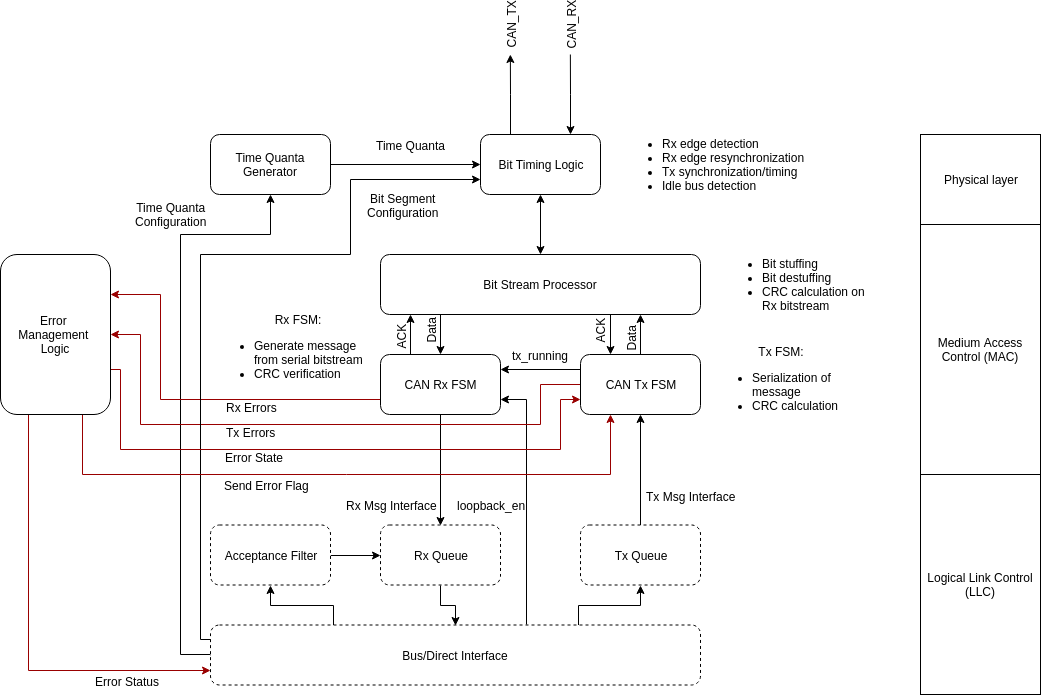
svnesbo/canola keeps this draw.io diagram as doc/canola_block_diagram.png. Above is the earlier version. Source tidied: cells renumbered, new cells last; positions are measured from the earlier drawing's top-left corner, leaving out a move shared by most shapes.
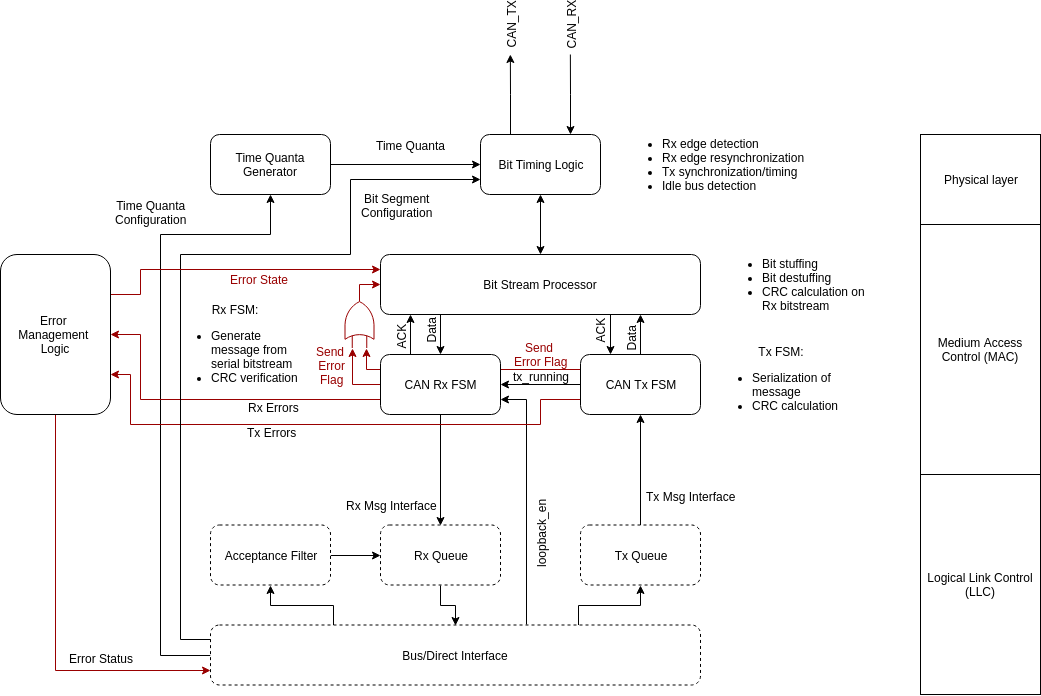
After the commit.

Commit message:
Updated block diagram to reflect planned implementation of error handling

Diff of the diagram source:
```diff
@@ -2,6 +2,18 @@
   <root>
     <mxCell id="0" />
     <mxCell id="1" parent="0" />
+    <mxCell id="60" style="edgeStyle=orthogonalEdgeStyle;rounded=0;jettySize=auto;html=1;exitX=0;exitY=0.25;exitDx=0;exitDy=0;entryX=0;entryY=0.75;entryDx=0;entryDy=0;entryPerimeter=0;strokeColor=#990000;" parent="1" edge="1" source="34" target="65">
+      <mxGeometry relative="1" as="geometry">
+        <Array as="points">
+          <mxPoint x="366" y="315" />
+        </Array>
+      </mxGeometry>
+    </mxCell>
+    <mxCell id="61" value="Send &lt;br&gt;Error Flag" style="text;html=1;align=center;verticalAlign=middle;labelBackgroundColor=none;fontColor=#990000;" parent="60" vertex="1">
+      <mxGeometry x="0.86" y="-194" relative="1" as="geometry">
+        <mxPoint x="-20" y="-11" as="offset" />
+      </mxGeometry>
+    </mxCell>
     <mxCell id="2" style="edgeStyle=orthogonalEdgeStyle;rounded=0;jettySize=auto;html=1;exitX=0.25;exitY=0;exitDx=0;exitDy=0;" parent="1" edge="1" source="7">
       <mxGeometry relative="1" as="geometry">
         <mxPoint x="509.9" as="targetPoint" />
@@ -40,8 +52,8 @@
       <mxGeometry relative="1" as="geometry">
         <Array as="points">
           <mxPoint x="270" y="180" />
-          <mxPoint x="180" y="180" />
-          <mxPoint x="180" y="600" />
+          <mxPoint x="160" y="180" />
+          <mxPoint x="160" y="601" />
         </Array>
       </mxGeometry>
     </mxCell>
@@ -77,9 +89,9 @@
     <mxCell id="18" style="edgeStyle=orthogonalEdgeStyle;rounded=0;jettySize=auto;html=1;exitX=1;exitY=0.75;exitDx=0;exitDy=0;startArrow=classic;startFill=1;endArrow=none;endFill=0;entryX=0.645;entryY=-0.015;entryDx=0;entryDy=0;entryPerimeter=0;" parent="1" edge="1" source="24" target="46">
       <mxGeometry relative="1" as="geometry" />
     </mxCell>
-    <mxCell id="19" value="loopback_en" style="text;html=1;align=center;verticalAlign=middle;labelBackgroundColor=#ffffff;" parent="18" vertex="1">
+    <mxCell id="19" value="loopback_en" style="text;html=1;align=center;verticalAlign=middle;labelBackgroundColor=#ffffff;rotation=-90;" parent="18" vertex="1">
       <mxGeometry x="0.69" y="1" relative="1" as="geometry">
-        <mxPoint x="-37" y="-81" as="offset" />
+        <mxPoint x="13" y="-51.5" as="offset" />
       </mxGeometry>
     </mxCell>
     <mxCell id="20" style="edgeStyle=orthogonalEdgeStyle;rounded=0;jettySize=auto;html=1;exitX=0.25;exitY=0;exitDx=0;exitDy=0;" parent="1" edge="1" source="24">
@@ -92,11 +104,11 @@
         <mxPoint x="-10" y="-1" as="offset" />
       </mxGeometry>
     </mxCell>
-    <mxCell id="22" style="edgeStyle=orthogonalEdgeStyle;rounded=0;jettySize=auto;html=1;exitX=0;exitY=0.75;exitDx=0;exitDy=0;entryX=1;entryY=0.25;entryDx=0;entryDy=0;startArrow=none;startFill=0;endArrow=classic;endFill=1;strokeColor=#990000;" parent="1" edge="1" source="24" target="58">
+    <mxCell id="22" style="edgeStyle=orthogonalEdgeStyle;rounded=0;jettySize=auto;html=1;exitX=0;exitY=0.75;exitDx=0;exitDy=0;entryX=1;entryY=0.5;entryDx=0;entryDy=0;startArrow=none;startFill=0;endArrow=classic;endFill=1;strokeColor=#990000;" parent="1" edge="1" source="24" target="58">
       <mxGeometry relative="1" as="geometry">
         <Array as="points">
-          <mxPoint x="160" y="345" />
-          <mxPoint x="160" y="240" />
+          <mxPoint x="140" y="345" />
+          <mxPoint x="140" y="280" />
         </Array>
       </mxGeometry>
     </mxCell>
@@ -105,6 +117,14 @@
         <mxPoint x="83.5" y="9" as="offset" />
       </mxGeometry>
     </mxCell>
+    <mxCell id="62" style="edgeStyle=orthogonalEdgeStyle;rounded=0;jettySize=auto;html=1;exitX=0;exitY=0.5;exitDx=0;exitDy=0;entryX=0;entryY=0.25;entryDx=0;entryDy=0;entryPerimeter=0;strokeColor=#990000;" parent="1" edge="1" source="24" target="65">
+      <mxGeometry relative="1" as="geometry" />
+    </mxCell>
+    <mxCell id="63" value="Send &lt;br&gt;Error&lt;br&gt;Flag" style="text;html=1;align=center;verticalAlign=middle;labelBackgroundColor=#ffffff;fontColor=#990000;" parent="62" vertex="1">
+      <mxGeometry x="0.26" y="-10" relative="1" as="geometry">
+        <mxPoint x="-31.5" y="-7.5" as="offset" />
+      </mxGeometry>
+    </mxCell>
     <mxCell id="24" value="CAN Rx FSM&lt;br&gt;" style="rounded=1;whiteSpace=wrap;html=1;" parent="1" vertex="1">
       <mxGeometry x="380" y="300" width="120" height="60" as="geometry" />
     </mxCell>
@@ -121,12 +141,12 @@
         <mxPoint x="-10" y="11.5" as="offset" />
       </mxGeometry>
     </mxCell>
-    <mxCell id="28" style="edgeStyle=orthogonalEdgeStyle;rounded=0;jettySize=auto;html=1;exitX=0;exitY=0.25;exitDx=0;exitDy=0;entryX=1;entryY=0.25;entryDx=0;entryDy=0;startArrow=none;startFill=0;endArrow=classic;endFill=1;" parent="1" edge="1" source="34" target="24">
+    <mxCell id="28" style="edgeStyle=orthogonalEdgeStyle;rounded=0;jettySize=auto;html=1;exitX=0;exitY=0.5;exitDx=0;exitDy=0;entryX=1;entryY=0.5;entryDx=0;entryDy=0;startArrow=none;startFill=0;endArrow=classic;endFill=1;" parent="1" edge="1" source="34" target="24">
       <mxGeometry relative="1" as="geometry" />
     </mxCell>
-    <mxCell id="29" value="tx_running" style="text;html=1;align=center;verticalAlign=middle;labelBackgroundColor=#ffffff;" parent="28" vertex="1">
+    <mxCell id="29" value="tx_running" style="text;html=1;align=center;verticalAlign=middle;labelBackgroundColor=none;" parent="28" vertex="1">
       <mxGeometry x="0.44" relative="1" as="geometry">
-        <mxPoint x="17.5" y="-15" as="offset" />
+        <mxPoint x="18.5" y="-9" as="offset" />
       </mxGeometry>
     </mxCell>
     <mxCell id="30" style="edgeStyle=orthogonalEdgeStyle;rounded=0;jettySize=auto;html=1;exitX=0.25;exitY=0;exitDx=0;exitDy=0;startArrow=classic;startFill=1;endArrow=none;endFill=0;entryX=0.719;entryY=1;entryDx=0;entryDy=0;entryPerimeter=0;" parent="1" edge="1" source="34" target="13">
@@ -137,13 +157,13 @@
         <mxPoint x="-11" y="6.5" as="offset" />
       </mxGeometry>
     </mxCell>
-    <mxCell id="32" style="edgeStyle=orthogonalEdgeStyle;rounded=0;jettySize=auto;html=1;exitX=0;exitY=0.5;exitDx=0;exitDy=0;entryX=1;entryY=0.5;entryDx=0;entryDy=0;startArrow=none;startFill=0;endArrow=classic;endFill=1;strokeColor=#990000;" parent="1" edge="1" source="34" target="58">
+    <mxCell id="32" style="edgeStyle=orthogonalEdgeStyle;rounded=0;jettySize=auto;html=1;exitX=0;exitY=0.75;exitDx=0;exitDy=0;entryX=1;entryY=0.75;entryDx=0;entryDy=0;startArrow=none;startFill=0;endArrow=classic;endFill=1;strokeColor=#990000;" parent="1" edge="1" source="34" target="58">
       <mxGeometry relative="1" as="geometry">
         <Array as="points">
-          <mxPoint x="540" y="330" />
+          <mxPoint x="540" y="345" />
           <mxPoint x="540" y="370" />
-          <mxPoint x="140" y="370" />
-          <mxPoint x="140" y="280" />
+          <mxPoint x="130" y="370" />
+          <mxPoint x="130" y="320" />
         </Array>
       </mxGeometry>
     </mxCell>
@@ -187,8 +207,8 @@
     <mxCell id="44" style="edgeStyle=orthogonalEdgeStyle;rounded=0;jettySize=auto;html=1;exitX=0;exitY=0.25;exitDx=0;exitDy=0;entryX=0;entryY=0.75;entryDx=0;entryDy=0;startArrow=none;startFill=0;endArrow=classic;endFill=1;" parent="1" edge="1" source="46" target="7">
       <mxGeometry relative="1" as="geometry">
         <Array as="points">
-          <mxPoint x="200" y="585" />
-          <mxPoint x="200" y="200" />
+          <mxPoint x="180" y="585" />
+          <mxPoint x="180" y="200" />
           <mxPoint x="350" y="200" />
           <mxPoint x="350" y="125" />
         </Array>
@@ -217,48 +237,42 @@
     <mxCell id="51" value="Medium Access Control (MAC)&lt;br&gt;" style="rounded=0;whiteSpace=wrap;html=1;align=center;" parent="1" vertex="1">
       <mxGeometry x="920" y="170" width="120" height="250" as="geometry" />
     </mxCell>
-    <mxCell id="52" style="edgeStyle=orthogonalEdgeStyle;rounded=0;jettySize=auto;html=1;exitX=0.25;exitY=1;exitDx=0;exitDy=0;entryX=0;entryY=0.75;entryDx=0;entryDy=0;startArrow=none;startFill=0;endArrow=classic;endFill=1;strokeColor=#990000;" parent="1" edge="1" source="58" target="46">
+    <mxCell id="52" style="edgeStyle=orthogonalEdgeStyle;rounded=0;jettySize=auto;html=1;exitX=0.5;exitY=1;exitDx=0;exitDy=0;entryX=0;entryY=0.75;entryDx=0;entryDy=0;startArrow=none;startFill=0;endArrow=classic;endFill=1;strokeColor=#990000;" parent="1" edge="1" source="58" target="46">
       <mxGeometry relative="1" as="geometry" />
     </mxCell>
     <mxCell id="53" value="Error Status" style="text;html=1;align=center;verticalAlign=middle;labelBackgroundColor=#ffffff;" parent="52" vertex="1">
       <mxGeometry x="0.09" y="43" relative="1" as="geometry">
-        <mxPoint x="55" y="28" as="offset" />
+        <mxPoint x="2" y="20.5" as="offset" />
       </mxGeometry>
     </mxCell>
-    <mxCell id="54" style="edgeStyle=orthogonalEdgeStyle;rounded=0;jettySize=auto;html=1;exitX=1;exitY=0.75;exitDx=0;exitDy=0;entryX=0;entryY=0.75;entryDx=0;entryDy=0;startArrow=none;startFill=0;endArrow=classic;endFill=1;strokeColor=#990000;" parent="1" edge="1" target="34">
+    <mxCell id="54" style="edgeStyle=orthogonalEdgeStyle;rounded=0;jettySize=auto;html=1;entryX=0;entryY=0.25;entryDx=0;entryDy=0;startArrow=none;startFill=0;endArrow=classic;endFill=1;strokeColor=#990000;exitX=1;exitY=0.25;exitDx=0;exitDy=0;" parent="1" edge="1" source="58" target="13">
       <mxGeometry relative="1" as="geometry">
-        <mxPoint x="110.2" y="315.2" as="sourcePoint" />
         <Array as="points">
-          <mxPoint x="120" y="315" />
-          <mxPoint x="120" y="395" />
-          <mxPoint x="560" y="395" />
-          <mxPoint x="560" y="345" />
+          <mxPoint x="140" y="240" />
+          <mxPoint x="140" y="215" />
         </Array>
       </mxGeometry>
     </mxCell>
-    <mxCell id="55" value="Error State" style="text;html=1;align=center;verticalAlign=middle;labelBackgroundColor=#ffffff;" parent="54" vertex="1">
+    <mxCell id="55" value="Error State" style="text;html=1;align=center;verticalAlign=middle;labelBackgroundColor=#ffffff;fontColor=#990000;" parent="54" vertex="1">
       <mxGeometry x="0.55" y="2" relative="1" as="geometry">
-        <mxPoint x="-240.5" y="9" as="offset" />
+        <mxPoint x="-54.5" y="11" as="offset" />
       </mxGeometry>
     </mxCell>
-    <mxCell id="56" style="edgeStyle=orthogonalEdgeStyle;rounded=0;jettySize=auto;html=1;exitX=0.75;exitY=1;exitDx=0;exitDy=0;entryX=0.25;entryY=1;entryDx=0;entryDy=0;strokeColor=#990000;" parent="1" edge="1" source="58" target="34">
-      <mxGeometry relative="1" as="geometry">
-        <Array as="points">
-          <mxPoint x="82" y="420" />
-          <mxPoint x="610" y="420" />
-        </Array>
-      </mxGeometry>
-    </mxCell>
-    <mxCell id="57" value="Send Error Flag" style="text;html=1;align=center;verticalAlign=middle;labelBackgroundColor=#ffffff;" parent="56" vertex="1">
-      <mxGeometry x="-0.29" y="-1" relative="1" as="geometry">
-        <mxPoint x="13" y="9" as="offset" />
-      </mxGeometry>
-    </mxCell>
     <mxCell id="58" value="Error &lt;br&gt;Management &lt;br&gt;Logic&lt;br&gt;" style="rounded=1;whiteSpace=wrap;html=1;" parent="1" vertex="1">
       <mxGeometry y="200" width="110" height="160" as="geometry" />
     </mxCell>
     <mxCell id="59" value="&lt;div style=&quot;text-align: center&quot;&gt;&lt;span&gt;Rx FSM:&lt;/span&gt;&lt;/div&gt;&lt;ul&gt;&lt;li style=&quot;text-align: left&quot;&gt;Generate message from serial bitstream&lt;/li&gt;&lt;li style=&quot;text-align: left&quot;&gt;CRC verification&lt;/li&gt;&lt;/ul&gt;" style="text;html=1;strokeColor=none;fillColor=none;align=center;verticalAlign=middle;whiteSpace=wrap;rounded=0;dashed=1;" parent="1" vertex="1">
-      <mxGeometry x="213" y="258" width="170" height="80" as="geometry" />
+      <mxGeometry x="170" y="255" width="130" height="80" as="geometry" />
     </mxCell>
+    <mxCell id="64" style="edgeStyle=orthogonalEdgeStyle;rounded=0;jettySize=auto;html=1;exitX=1;exitY=0.5;exitDx=0;exitDy=0;exitPerimeter=0;entryX=0;entryY=0.5;entryDx=0;entryDy=0;strokeColor=#990000;" parent="1" edge="1" source="65" target="13">
+      <mxGeometry relative="1" as="geometry">
+        <Array as="points">
+          <mxPoint x="359" y="230" />
+        </Array>
+      </mxGeometry>
+    </mxCell>
+    <mxCell id="65" style="verticalLabelPosition=bottom;shadow=0;dashed=0;align=center;fillColor=#ffffff;html=1;verticalAlign=top;strokeWidth=1;shape=mxgraph.electrical.logic_gates.logic_gate;operation=or;rotation=-90;strokeColor=#990000;" parent="1" vertex="1">
+      <mxGeometry x="330" y="250" width="58" height="29" as="geometry" />
+    </mxCell>
   </root>
 </mxGraphModel>
```
